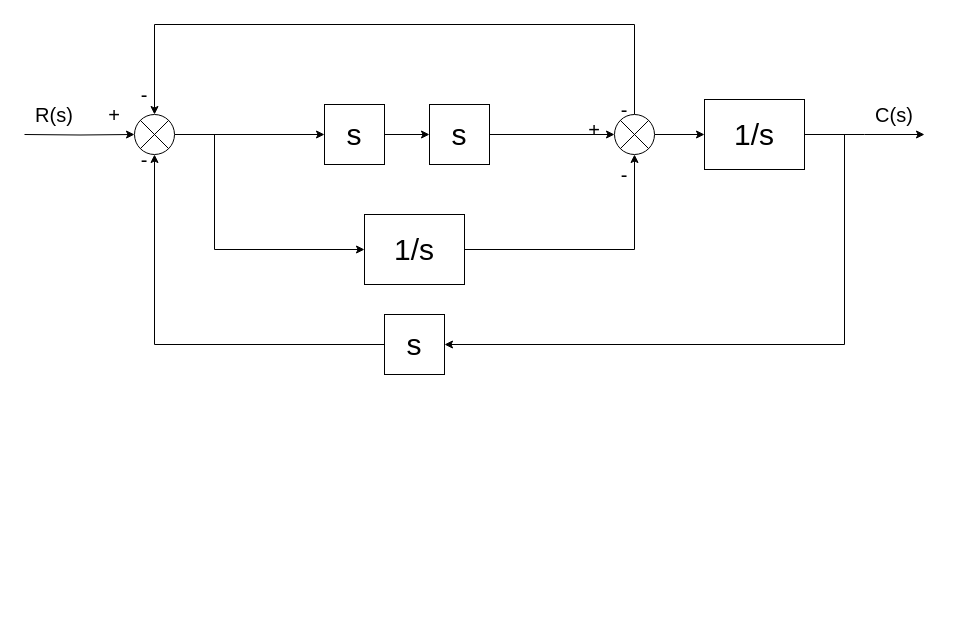
Above: Seatwork2_VISTE.drawio in TebbyKape/CPE121 (draw.io), before the change. Source tidied: cells renumbered, new cells numbered last; positions are measured from the earlier drawing's top-left corner, leaving out a move shared by most shapes. Both pictures are drawn from the tidied source at 100%, with x=0, y=0 at pixel (24, 24).
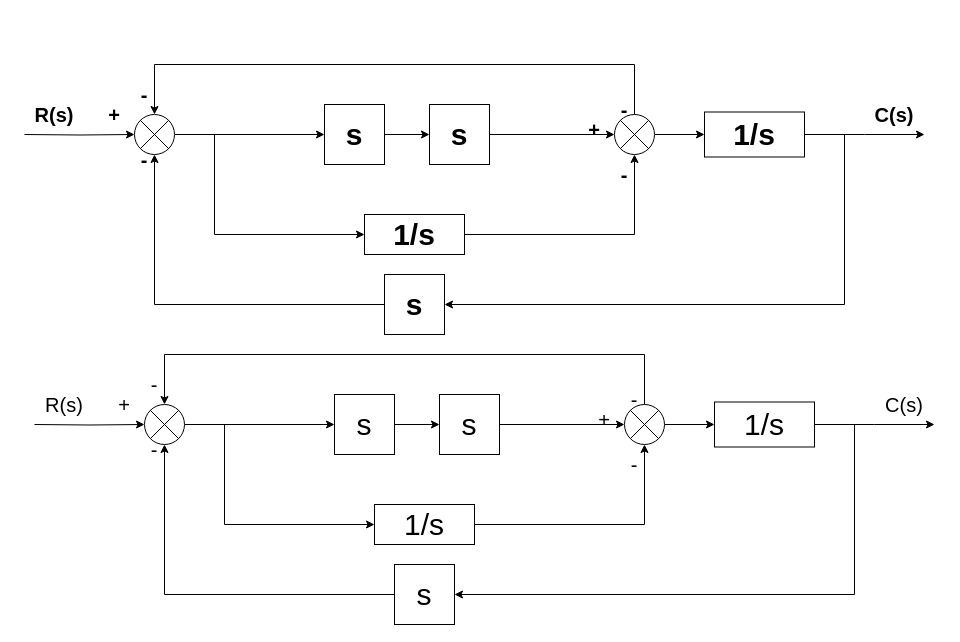
The same diagram, later.

The edit, as a diff of the source:
```diff
@@
-    <mxCell id="2" style="edgeStyle=orthogonalEdgeStyle;rounded=0;jettySize=auto;html=1;entryX=0;entryY=0.5;entryDx=0;entryDy=0;" parent="1" edge="1" source="3" target="5">
+    <mxCell id="2" style="edgeStyle=orthogonalEdgeStyle;rounded=0;jettySize=auto;html=1;entryX=0;entryY=0.5;entryDx=0;entryDy=0;fontStyle=1;" parent="1" edge="1" source="3" target="5">
       <mxGeometry relative="1" as="geometry" />
     </mxCell>
-    <mxCell id="3" style="shape=sumEllipse;perimeter=ellipsePerimeter;whiteSpace=wrap;html=1;backgroundOutline=1;" parent="1" vertex="1">
+    <mxCell id="3" style="shape=sumEllipse;perimeter=ellipsePerimeter;whiteSpace=wrap;html=1;backgroundOutline=1;fontStyle=1;" parent="1" vertex="1">
       <mxGeometry x="110" y="90" width="40" height="40" as="geometry" />
     </mxCell>
-    <mxCell id="4" style="edgeStyle=orthogonalEdgeStyle;rounded=0;jettySize=auto;html=1;entryX=0;entryY=0.5;entryDx=0;entryDy=0;entryPerimeter=0;" parent="1" edge="1" source="5" target="18">
+    <mxCell id="4" style="edgeStyle=orthogonalEdgeStyle;rounded=0;jettySize=auto;html=1;entryX=0;entryY=0.5;entryDx=0;entryDy=0;entryPerimeter=0;fontStyle=1;" parent="1" edge="1" source="5" target="18">
       <mxGeometry relative="1" as="geometry" />
     </mxCell>
-    <mxCell id="5" value="&lt;font style=&quot;font-size: 30px&quot;&gt;s&lt;/font&gt;" style="whiteSpace=wrap;html=1;align=center;newEdgeStyle={&quot;edgeStyle&quot;:&quot;elbowEdgeStyle&quot;,&quot;startArrow&quot;:&quot;none&quot;,&quot;endArrow&quot;:&quot;none&quot;};" parent="1" vertex="1">
+    <mxCell id="5" value="&lt;font style=&quot;font-size: 30px&quot;&gt;s&lt;/font&gt;" style="whiteSpace=wrap;html=1;align=center;newEdgeStyle={&quot;edgeStyle&quot;:&quot;elbowEdgeStyle&quot;,&quot;startArrow&quot;:&quot;none&quot;,&quot;endArrow&quot;:&quot;none&quot;};fontStyle=1;" parent="1" vertex="1">
       <mxGeometry x="300" y="80" width="60" height="60" as="geometry" />
     </mxCell>
-    <mxCell id="6" style="edgeStyle=orthogonalEdgeStyle;rounded=0;jettySize=auto;html=1;exitX=1;exitY=0.5;exitDx=0;exitDy=0;" parent="1" edge="1" source="18" target="9">
+    <mxCell id="6" style="edgeStyle=orthogonalEdgeStyle;rounded=0;jettySize=auto;html=1;exitX=1;exitY=0.5;exitDx=0;exitDy=0;fontStyle=1;" parent="1" edge="1" source="18" target="9">
       <mxGeometry relative="1" as="geometry" />
     </mxCell>
-    <mxCell id="7" style="edgeStyle=orthogonalEdgeStyle;rounded=0;jettySize=auto;html=1;entryX=0.5;entryY=0;entryDx=0;entryDy=0;endArrow=classic;endFill=1;" parent="1" edge="1" source="9" target="3">
+    <mxCell id="7" style="edgeStyle=orthogonalEdgeStyle;rounded=0;jettySize=auto;html=1;entryX=0.5;entryY=0;entryDx=0;entryDy=0;endArrow=classic;endFill=1;fontStyle=1;" parent="1" edge="1" source="9" target="3">
       <mxGeometry relative="1" as="geometry">
         <Array as="points">
-          <mxPoint x="610" />
-          <mxPoint x="130" />
+          <mxPoint x="610" y="40" />
+          <mxPoint x="130" y="40" />
         </Array>
       </mxGeometry>
     </mxCell>
-    <mxCell id="8" style="edgeStyle=orthogonalEdgeStyle;rounded=0;jettySize=auto;html=1;endArrow=classic;endFill=1;" parent="1" edge="1" source="9" target="15">
+    <mxCell id="8" style="edgeStyle=orthogonalEdgeStyle;rounded=0;jettySize=auto;html=1;endArrow=classic;endFill=1;fontStyle=1;" parent="1" edge="1" source="9" target="15">
       <mxGeometry relative="1" as="geometry" />
     </mxCell>
-    <mxCell id="9" style="shape=sumEllipse;perimeter=ellipsePerimeter;whiteSpace=wrap;html=1;backgroundOutline=1;" parent="1" vertex="1">
+    <mxCell id="9" style="shape=sumEllipse;perimeter=ellipsePerimeter;whiteSpace=wrap;html=1;backgroundOutline=1;fontStyle=1;" parent="1" vertex="1">
       <mxGeometry x="590" y="90" width="40" height="40" as="geometry" />
     </mxCell>
-    <mxCell id="10" style="edgeStyle=orthogonalEdgeStyle;rounded=0;jettySize=auto;html=1;entryX=0.5;entryY=1;entryDx=0;entryDy=0;endArrow=classic;endFill=1;" parent="1" edge="1" source="11" target="9">
+    <mxCell id="10" style="edgeStyle=orthogonalEdgeStyle;rounded=0;jettySize=auto;html=1;entryX=0.5;entryY=1;entryDx=0;entryDy=0;endArrow=classic;endFill=1;fontStyle=1;" parent="1" edge="1" source="11" target="9">
       <mxGeometry relative="1" as="geometry" />
     </mxCell>
-    <mxCell id="11" value="&lt;font style=&quot;font-size: 30px&quot;&gt;1/s&lt;/font&gt;" style="whiteSpace=wrap;html=1;align=center;newEdgeStyle={&quot;edgeStyle&quot;:&quot;elbowEdgeStyle&quot;,&quot;startArrow&quot;:&quot;none&quot;,&quot;endArrow&quot;:&quot;none&quot;};" parent="1" vertex="1">
-      <mxGeometry x="340" y="190" width="100" height="70" as="geometry" />
+    <mxCell id="11" value="&lt;font style=&quot;font-size: 30px&quot;&gt;1/s&lt;/font&gt;" style="whiteSpace=wrap;html=1;align=center;newEdgeStyle={&quot;edgeStyle&quot;:&quot;elbowEdgeStyle&quot;,&quot;startArrow&quot;:&quot;none&quot;,&quot;endArrow&quot;:&quot;none&quot;};fontStyle=1;" parent="1" vertex="1">
+      <mxGeometry x="340" y="190" width="100" height="40" as="geometry" />
     </mxCell>
-    <mxCell id="12" style="edgeStyle=elbowEdgeStyle;elbow=vertical;startArrow=none;endArrow=classic;rounded=0;entryX=0;entryY=0.5;entryDx=0;entryDy=0;endFill=1;" parent="1" edge="1" target="11">
+    <mxCell id="12" style="edgeStyle=elbowEdgeStyle;elbow=vertical;startArrow=none;endArrow=classic;rounded=0;entryX=0;entryY=0.5;entryDx=0;entryDy=0;endFill=1;fontStyle=1;" parent="1" edge="1" target="11">
       <mxGeometry relative="1" as="geometry">
         <mxPoint x="190" y="110" as="sourcePoint" />
         <Array as="points">
-          <mxPoint x="270" y="225" />
+          <mxPoint x="260" y="210" />
         </Array>
       </mxGeometry>
     </mxCell>
-    <mxCell id="13" style="edgeStyle=orthogonalEdgeStyle;rounded=0;jettySize=auto;html=1;entryX=1;entryY=0.5;entryDx=0;entryDy=0;endArrow=classic;endFill=1;" parent="1" edge="1" target="19">
+    <mxCell id="13" style="edgeStyle=orthogonalEdgeStyle;rounded=0;jettySize=auto;html=1;entryX=1;entryY=0.5;entryDx=0;entryDy=0;endArrow=classic;endFill=1;fontStyle=1;" parent="1" edge="1" target="19">
       <mxGeometry relative="1" as="geometry">
         <mxPoint x="820" y="110" as="sourcePoint" />
         <Array as="points">
-          <mxPoint x="820" y="320" />
+          <mxPoint x="820" y="280" />
         </Array>
       </mxGeometry>
     </mxCell>
-    <mxCell id="14" style="edgeStyle=orthogonalEdgeStyle;rounded=0;jettySize=auto;html=1;endArrow=classic;endFill=1;" parent="1" edge="1" source="15">
+    <mxCell id="14" style="edgeStyle=orthogonalEdgeStyle;rounded=0;jettySize=auto;html=1;endArrow=classic;endFill=1;fontStyle=1;" parent="1" edge="1" source="15">
       <mxGeometry relative="1" as="geometry">
         <mxPoint x="900" y="110" as="targetPoint" />
       </mxGeometry>
     </mxCell>
-    <mxCell id="15" value="&lt;font style=&quot;font-size: 30px&quot;&gt;1/s&lt;/font&gt;" style="whiteSpace=wrap;html=1;align=center;newEdgeStyle={&quot;edgeStyle&quot;:&quot;elbowEdgeStyle&quot;,&quot;startArrow&quot;:&quot;none&quot;,&quot;endArrow&quot;:&quot;none&quot;};" parent="1" vertex="1">
-      <mxGeometry x="680" y="75" width="100" height="70" as="geometry" />
+    <mxCell id="15" value="&lt;font style=&quot;font-size: 30px&quot;&gt;1/s&lt;/font&gt;" style="whiteSpace=wrap;html=1;align=center;newEdgeStyle={&quot;edgeStyle&quot;:&quot;elbowEdgeStyle&quot;,&quot;startArrow&quot;:&quot;none&quot;,&quot;endArrow&quot;:&quot;none&quot;};fontStyle=1;" parent="1" vertex="1">
+      <mxGeometry x="680" y="87.5" width="100" height="45" as="geometry" />
     </mxCell>
-    <mxCell id="16" style="edgeStyle=orthogonalEdgeStyle;rounded=0;jettySize=auto;html=1;entryX=0.5;entryY=1;entryDx=0;entryDy=0;endArrow=classic;endFill=1;exitX=0;exitY=0.5;exitDx=0;exitDy=0;" parent="1" edge="1" source="19" target="3">
+    <mxCell id="16" style="edgeStyle=orthogonalEdgeStyle;rounded=0;jettySize=auto;html=1;entryX=0.5;entryY=1;entryDx=0;entryDy=0;endArrow=classic;endFill=1;exitX=0;exitY=0.5;exitDx=0;exitDy=0;fontStyle=1;" parent="1" edge="1" source="19" target="3">
       <mxGeometry relative="1" as="geometry" />
     </mxCell>
-    <mxCell id="17" style="edgeStyle=orthogonalEdgeStyle;rounded=0;jettySize=auto;html=1;entryX=0;entryY=0.5;entryDx=0;entryDy=0;" parent="1" edge="1" target="3">
+    <mxCell id="17" style="edgeStyle=orthogonalEdgeStyle;rounded=0;jettySize=auto;html=1;entryX=0;entryY=0.5;entryDx=0;entryDy=0;fontStyle=1;" parent="1" edge="1" target="3">
       <mxGeometry relative="1" as="geometry">
         <mxPoint y="110" as="sourcePoint" />
       </mxGeometry>
     </mxCell>
-    <mxCell id="18" value="&lt;font style=&quot;font-size: 30px&quot;&gt;s&lt;/font&gt;" style="whiteSpace=wrap;html=1;align=center;newEdgeStyle={&quot;edgeStyle&quot;:&quot;elbowEdgeStyle&quot;,&quot;startArrow&quot;:&quot;none&quot;,&quot;endArrow&quot;:&quot;none&quot;};" parent="1" vertex="1">
+    <mxCell id="18" value="&lt;font style=&quot;font-size: 30px&quot;&gt;s&lt;/font&gt;" style="whiteSpace=wrap;html=1;align=center;newEdgeStyle={&quot;edgeStyle&quot;:&quot;elbowEdgeStyle&quot;,&quot;startArrow&quot;:&quot;none&quot;,&quot;endArrow&quot;:&quot;none&quot;};fontStyle=1;" parent="1" vertex="1">
       <mxGeometry x="405" y="80" width="60" height="60" as="geometry" />
     </mxCell>
-    <mxCell id="19" value="&lt;font style=&quot;font-size: 30px&quot;&gt;s&lt;/font&gt;" style="whiteSpace=wrap;html=1;align=center;newEdgeStyle={&quot;edgeStyle&quot;:&quot;elbowEdgeStyle&quot;,&quot;startArrow&quot;:&quot;none&quot;,&quot;endArrow&quot;:&quot;none&quot;};" parent="1" vertex="1">
-      <mxGeometry x="360" y="290" width="60" height="60" as="geometry" />
+    <mxCell id="19" value="&lt;font style=&quot;font-size: 30px&quot;&gt;s&lt;/font&gt;" style="whiteSpace=wrap;html=1;align=center;newEdgeStyle={&quot;edgeStyle&quot;:&quot;elbowEdgeStyle&quot;,&quot;startArrow&quot;:&quot;none&quot;,&quot;endArrow&quot;:&quot;none&quot;};fontStyle=1;" parent="1" vertex="1">
+      <mxGeometry x="360" y="250" width="60" height="60" as="geometry" />
     </mxCell>
-    <mxCell id="20" value="&lt;font style=&quot;font-size: 20px&quot;&gt;R(s)&lt;/font&gt;" style="text;html=1;strokeColor=none;fillColor=none;align=center;verticalAlign=middle;whiteSpace=wrap;rounded=0;" parent="1" vertex="1">
+    <mxCell id="20" value="&lt;font style=&quot;font-size: 20px&quot;&gt;R(s)&lt;/font&gt;" style="text;html=1;strokeColor=none;fillColor=none;align=center;verticalAlign=middle;whiteSpace=wrap;rounded=0;fontStyle=1;" parent="1" vertex="1">
       <mxGeometry x="10" y="80" width="40" height="20" as="geometry" />
     </mxCell>
-    <mxCell id="21" value="&lt;font style=&quot;font-size: 20px&quot;&gt;C(s)&lt;/font&gt;" style="text;html=1;strokeColor=none;fillColor=none;align=center;verticalAlign=middle;whiteSpace=wrap;rounded=0;" parent="1" vertex="1">
+    <mxCell id="21" value="&lt;font style=&quot;font-size: 20px&quot;&gt;C(s)&lt;/font&gt;" style="text;html=1;strokeColor=none;fillColor=none;align=center;verticalAlign=middle;whiteSpace=wrap;rounded=0;fontStyle=1;" parent="1" vertex="1">
       <mxGeometry x="850" y="80" width="40" height="20" as="geometry" />
     </mxCell>
-    <mxCell id="22" value="&lt;font style=&quot;font-size: 20px&quot;&gt;-&lt;/font&gt;" style="text;html=1;strokeColor=none;fillColor=none;align=center;verticalAlign=middle;whiteSpace=wrap;rounded=0;" parent="1" vertex="1">
+    <mxCell id="22" value="&lt;font style=&quot;font-size: 20px&quot;&gt;-&lt;/font&gt;" style="text;html=1;strokeColor=none;fillColor=none;align=center;verticalAlign=middle;whiteSpace=wrap;rounded=0;fontStyle=1;" parent="1" vertex="1">
       <mxGeometry x="110" y="125" width="20" height="20" as="geometry" />
     </mxCell>
-    <mxCell id="23" value="&lt;font style=&quot;font-size: 20px&quot;&gt;+&lt;/font&gt;" style="text;html=1;strokeColor=none;fillColor=none;align=center;verticalAlign=middle;whiteSpace=wrap;rounded=0;" parent="1" vertex="1">
+    <mxCell id="23" value="&lt;font style=&quot;font-size: 20px&quot;&gt;+&lt;/font&gt;" style="text;html=1;strokeColor=none;fillColor=none;align=center;verticalAlign=middle;whiteSpace=wrap;rounded=0;fontStyle=1;" parent="1" vertex="1">
       <mxGeometry x="80" y="80" width="20" height="20" as="geometry" />
     </mxCell>
-    <mxCell id="24" value="&lt;font style=&quot;font-size: 20px&quot;&gt;-&lt;/font&gt;" style="text;html=1;strokeColor=none;fillColor=none;align=center;verticalAlign=middle;whiteSpace=wrap;rounded=0;" parent="1" vertex="1">
+    <mxCell id="24" value="&lt;font style=&quot;font-size: 20px&quot;&gt;-&lt;/font&gt;" style="text;html=1;strokeColor=none;fillColor=none;align=center;verticalAlign=middle;whiteSpace=wrap;rounded=0;fontStyle=1;" parent="1" vertex="1">
       <mxGeometry x="110" y="60" width="20" height="20" as="geometry" />
     </mxCell>
-    <mxCell id="25" value="&lt;font style=&quot;font-size: 20px&quot;&gt;-&lt;/font&gt;" style="text;html=1;strokeColor=none;fillColor=none;align=center;verticalAlign=middle;whiteSpace=wrap;rounded=0;" parent="1" vertex="1">
+    <mxCell id="25" value="&lt;font style=&quot;font-size: 20px&quot;&gt;-&lt;/font&gt;" style="text;html=1;strokeColor=none;fillColor=none;align=center;verticalAlign=middle;whiteSpace=wrap;rounded=0;fontStyle=1;" parent="1" vertex="1">
       <mxGeometry x="590" y="140" width="20" height="20" as="geometry" />
     </mxCell>
-    <mxCell id="26" value="&lt;font style=&quot;font-size: 20px&quot;&gt;+&lt;/font&gt;" style="text;html=1;strokeColor=none;fillColor=none;align=center;verticalAlign=middle;whiteSpace=wrap;rounded=0;" parent="1" vertex="1">
+    <mxCell id="26" value="&lt;font style=&quot;font-size: 20px&quot;&gt;+&lt;/font&gt;" style="text;html=1;strokeColor=none;fillColor=none;align=center;verticalAlign=middle;whiteSpace=wrap;rounded=0;fontStyle=1;" parent="1" vertex="1">
       <mxGeometry x="560" y="95" width="20" height="20" as="geometry" />
     </mxCell>
-    <mxCell id="27" value="&lt;font style=&quot;font-size: 20px&quot;&gt;-&lt;/font&gt;" style="text;html=1;strokeColor=none;fillColor=none;align=center;verticalAlign=middle;whiteSpace=wrap;rounded=0;" parent="1" vertex="1">
+    <mxCell id="27" value="&lt;font style=&quot;font-size: 20px&quot;&gt;-&lt;/font&gt;" style="text;html=1;strokeColor=none;fillColor=none;align=center;verticalAlign=middle;whiteSpace=wrap;rounded=0;fontStyle=1;" parent="1" vertex="1">
       <mxGeometry x="590" y="75" width="20" height="20" as="geometry" />
     </mxCell>
+    <mxCell id="28" style="edgeStyle=orthogonalEdgeStyle;rounded=0;jettySize=auto;html=1;entryX=0;entryY=0.5;entryDx=0;entryDy=0;" parent="1" edge="1" source="29" target="31">
+      <mxGeometry relative="1" as="geometry" />
+    </mxCell>
+    <mxCell id="29" style="shape=sumEllipse;perimeter=ellipsePerimeter;whiteSpace=wrap;html=1;backgroundOutline=1;" parent="1" vertex="1">
+      <mxGeometry x="120" y="380" width="40" height="40" as="geometry" />
+    </mxCell>
+    <mxCell id="30" style="edgeStyle=orthogonalEdgeStyle;rounded=0;jettySize=auto;html=1;entryX=0;entryY=0.5;entryDx=0;entryDy=0;entryPerimeter=0;" parent="1" edge="1" source="31" target="44">
+      <mxGeometry relative="1" as="geometry" />
+    </mxCell>
+    <mxCell id="31" value="&lt;font style=&quot;font-size: 30px&quot;&gt;s&lt;/font&gt;" style="whiteSpace=wrap;html=1;align=center;newEdgeStyle={&quot;edgeStyle&quot;:&quot;elbowEdgeStyle&quot;,&quot;startArrow&quot;:&quot;none&quot;,&quot;endArrow&quot;:&quot;none&quot;};" parent="1" vertex="1">
+      <mxGeometry x="310" y="370" width="60" height="60" as="geometry" />
+    </mxCell>
+    <mxCell id="32" style="edgeStyle=orthogonalEdgeStyle;rounded=0;jettySize=auto;html=1;exitX=1;exitY=0.5;exitDx=0;exitDy=0;" parent="1" edge="1" source="44" target="35">
+      <mxGeometry relative="1" as="geometry" />
+    </mxCell>
+    <mxCell id="33" style="edgeStyle=orthogonalEdgeStyle;rounded=0;jettySize=auto;html=1;entryX=0.5;entryY=0;entryDx=0;entryDy=0;endArrow=classic;endFill=1;" parent="1" edge="1" source="35" target="29">
+      <mxGeometry relative="1" as="geometry">
+        <Array as="points">
+          <mxPoint x="620" y="330" />
+          <mxPoint x="140" y="330" />
+        </Array>
+      </mxGeometry>
+    </mxCell>
+    <mxCell id="34" style="edgeStyle=orthogonalEdgeStyle;rounded=0;jettySize=auto;html=1;endArrow=classic;endFill=1;" parent="1" edge="1" source="35" target="41">
+      <mxGeometry relative="1" as="geometry" />
+    </mxCell>
+    <mxCell id="35" style="shape=sumEllipse;perimeter=ellipsePerimeter;whiteSpace=wrap;html=1;backgroundOutline=1;" parent="1" vertex="1">
+      <mxGeometry x="600" y="380" width="40" height="40" as="geometry" />
+    </mxCell>
+    <mxCell id="36" style="edgeStyle=orthogonalEdgeStyle;rounded=0;jettySize=auto;html=1;entryX=0.5;entryY=1;entryDx=0;entryDy=0;endArrow=classic;endFill=1;" parent="1" edge="1" source="37" target="35">
+      <mxGeometry relative="1" as="geometry" />
+    </mxCell>
+    <mxCell id="37" value="&lt;font style=&quot;font-size: 30px&quot;&gt;1/s&lt;/font&gt;" style="whiteSpace=wrap;html=1;align=center;newEdgeStyle={&quot;edgeStyle&quot;:&quot;elbowEdgeStyle&quot;,&quot;startArrow&quot;:&quot;none&quot;,&quot;endArrow&quot;:&quot;none&quot;};" parent="1" vertex="1">
+      <mxGeometry x="350" y="480" width="100" height="40" as="geometry" />
+    </mxCell>
+    <mxCell id="38" style="edgeStyle=elbowEdgeStyle;elbow=vertical;startArrow=none;endArrow=classic;rounded=0;entryX=0;entryY=0.5;entryDx=0;entryDy=0;endFill=1;" parent="1" edge="1" target="37">
+      <mxGeometry relative="1" as="geometry">
+        <mxPoint x="200" y="400" as="sourcePoint" />
+        <Array as="points">
+          <mxPoint x="270" y="500" />
+        </Array>
+      </mxGeometry>
+    </mxCell>
+    <mxCell id="39" style="edgeStyle=orthogonalEdgeStyle;rounded=0;jettySize=auto;html=1;entryX=1;entryY=0.5;entryDx=0;entryDy=0;endArrow=classic;endFill=1;" parent="1" edge="1" target="45">
+      <mxGeometry relative="1" as="geometry">
+        <mxPoint x="830" y="400" as="sourcePoint" />
+        <Array as="points">
+          <mxPoint x="830" y="570" />
+        </Array>
+      </mxGeometry>
+    </mxCell>
+    <mxCell id="40" style="edgeStyle=orthogonalEdgeStyle;rounded=0;jettySize=auto;html=1;endArrow=classic;endFill=1;" parent="1" edge="1" source="41">
+      <mxGeometry relative="1" as="geometry">
+        <mxPoint x="910" y="400" as="targetPoint" />
+      </mxGeometry>
+    </mxCell>
+    <mxCell id="41" value="&lt;font style=&quot;font-size: 30px&quot;&gt;1/s&lt;/font&gt;" style="whiteSpace=wrap;html=1;align=center;newEdgeStyle={&quot;edgeStyle&quot;:&quot;elbowEdgeStyle&quot;,&quot;startArrow&quot;:&quot;none&quot;,&quot;endArrow&quot;:&quot;none&quot;};" parent="1" vertex="1">
+      <mxGeometry x="690" y="377.5" width="100" height="45" as="geometry" />
+    </mxCell>
+    <mxCell id="42" style="edgeStyle=orthogonalEdgeStyle;rounded=0;jettySize=auto;html=1;entryX=0.5;entryY=1;entryDx=0;entryDy=0;endArrow=classic;endFill=1;exitX=0;exitY=0.5;exitDx=0;exitDy=0;" parent="1" edge="1" source="45" target="29">
+      <mxGeometry relative="1" as="geometry" />
+    </mxCell>
+    <mxCell id="43" style="edgeStyle=orthogonalEdgeStyle;rounded=0;jettySize=auto;html=1;entryX=0;entryY=0.5;entryDx=0;entryDy=0;" parent="1" edge="1" target="29">
+      <mxGeometry relative="1" as="geometry">
+        <mxPoint x="10" y="400" as="sourcePoint" />
+      </mxGeometry>
+    </mxCell>
+    <mxCell id="44" value="&lt;font style=&quot;font-size: 30px&quot;&gt;s&lt;/font&gt;" style="whiteSpace=wrap;html=1;align=center;newEdgeStyle={&quot;edgeStyle&quot;:&quot;elbowEdgeStyle&quot;,&quot;startArrow&quot;:&quot;none&quot;,&quot;endArrow&quot;:&quot;none&quot;};" parent="1" vertex="1">
+      <mxGeometry x="415" y="370" width="60" height="60" as="geometry" />
+    </mxCell>
+    <mxCell id="45" value="&lt;font style=&quot;font-size: 30px&quot;&gt;s&lt;/font&gt;" style="whiteSpace=wrap;html=1;align=center;newEdgeStyle={&quot;edgeStyle&quot;:&quot;elbowEdgeStyle&quot;,&quot;startArrow&quot;:&quot;none&quot;,&quot;endArrow&quot;:&quot;none&quot;};" parent="1" vertex="1">
+      <mxGeometry x="370" y="540" width="60" height="60" as="geometry" />
+    </mxCell>
+    <mxCell id="46" value="&lt;font style=&quot;font-size: 20px&quot;&gt;R(s)&lt;/font&gt;" style="text;html=1;strokeColor=none;fillColor=none;align=center;verticalAlign=middle;whiteSpace=wrap;rounded=0;" parent="1" vertex="1">
+      <mxGeometry x="20" y="370" width="40" height="20" as="geometry" />
+    </mxCell>
+    <mxCell id="47" value="&lt;font style=&quot;font-size: 20px&quot;&gt;C(s)&lt;/font&gt;" style="text;html=1;strokeColor=none;fillColor=none;align=center;verticalAlign=middle;whiteSpace=wrap;rounded=0;" parent="1" vertex="1">
+      <mxGeometry x="860" y="370" width="40" height="20" as="geometry" />
+    </mxCell>
+    <mxCell id="48" value="&lt;font style=&quot;font-size: 20px&quot;&gt;-&lt;/font&gt;" style="text;html=1;strokeColor=none;fillColor=none;align=center;verticalAlign=middle;whiteSpace=wrap;rounded=0;" parent="1" vertex="1">
+      <mxGeometry x="120" y="415" width="20" height="20" as="geometry" />
+    </mxCell>
+    <mxCell id="49" value="&lt;font style=&quot;font-size: 20px&quot;&gt;+&lt;/font&gt;" style="text;html=1;strokeColor=none;fillColor=none;align=center;verticalAlign=middle;whiteSpace=wrap;rounded=0;" parent="1" vertex="1">
+      <mxGeometry x="90" y="370" width="20" height="20" as="geometry" />
+    </mxCell>
+    <mxCell id="50" value="&lt;font style=&quot;font-size: 20px&quot;&gt;-&lt;/font&gt;" style="text;html=1;strokeColor=none;fillColor=none;align=center;verticalAlign=middle;whiteSpace=wrap;rounded=0;" parent="1" vertex="1">
+      <mxGeometry x="120" y="350" width="20" height="20" as="geometry" />
+    </mxCell>
+    <mxCell id="51" value="&lt;font style=&quot;font-size: 20px&quot;&gt;-&lt;/font&gt;" style="text;html=1;strokeColor=none;fillColor=none;align=center;verticalAlign=middle;whiteSpace=wrap;rounded=0;" parent="1" vertex="1">
+      <mxGeometry x="600" y="430" width="20" height="20" as="geometry" />
+    </mxCell>
+    <mxCell id="52" value="&lt;font style=&quot;font-size: 20px&quot;&gt;+&lt;/font&gt;" style="text;html=1;strokeColor=none;fillColor=none;align=center;verticalAlign=middle;whiteSpace=wrap;rounded=0;" parent="1" vertex="1">
+      <mxGeometry x="570" y="385" width="20" height="20" as="geometry" />
+    </mxCell>
+    <mxCell id="53" value="&lt;font style=&quot;font-size: 20px&quot;&gt;-&lt;/font&gt;" style="text;html=1;strokeColor=none;fillColor=none;align=center;verticalAlign=middle;whiteSpace=wrap;rounded=0;" parent="1" vertex="1">
+      <mxGeometry x="600" y="365" width="20" height="20" as="geometry" />
+    </mxCell>
```
